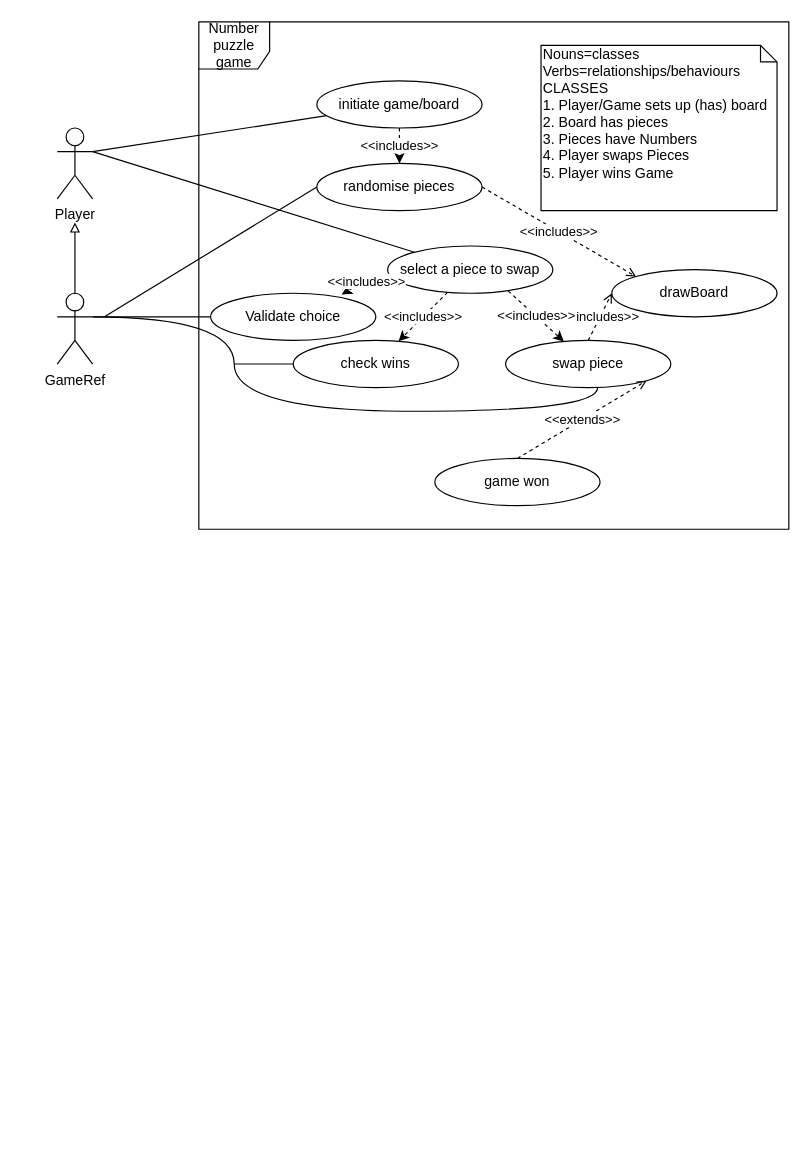
The draw.io diagram schema/puzzle usecase.drawio in deeperj/rust, before the edit. Source tidied: cells renumbered, new cells numbered last; positions are measured from the earlier drawing's top-left corner, leaving out a move shared by most shapes. Both pictures are drawn from the tidied source at 118%, with x=0, y=0 at pixel (57, 21).
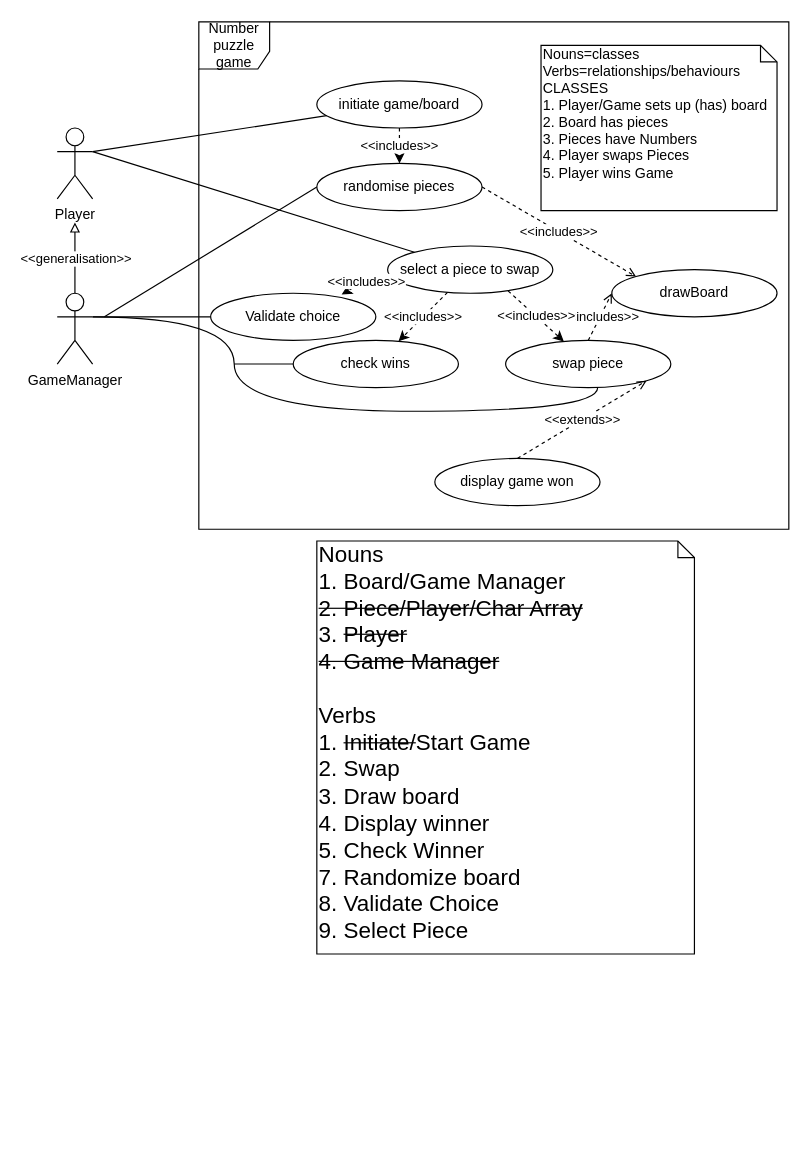
The same page after the edit.

Change to the diagram source:
```diff
@@
-    <mxCell id="19" style="edgeStyle=orthogonalEdgeStyle;rounded=0;jettySize=auto;html=1;exitX=0.5;exitY=0;exitDx=0;exitDy=0;exitPerimeter=0;endArrow=block;endFill=0;" parent="1" edge="1" source="22">
+    <mxCell id="19" value="&amp;lt;&amp;lt;generalisation&amp;gt;&amp;gt;" style="edgeStyle=orthogonalEdgeStyle;rounded=0;jettySize=auto;html=1;exitX=0.5;exitY=0;exitDx=0;exitDy=0;exitPerimeter=0;endArrow=block;endFill=0;" parent="1" edge="1" source="22">
       <mxGeometry relative="1" as="geometry">
         <mxPoint x="15" y="170" as="targetPoint" />
       </mxGeometry>
     </mxCell>
@@
-    <mxCell id="22" value="GameRef" style="shape=umlActor;verticalLabelPosition=bottom;verticalAlign=top;html=1;" parent="1" vertex="1">
+    <mxCell id="22" value="GameManager" style="shape=umlActor;verticalLabelPosition=bottom;verticalAlign=top;html=1;" parent="1" vertex="1">
       <mxGeometry y="230" width="30" height="60" as="geometry" />
     </mxCell>
@@
-    <mxCell id="26" value="game won" style="ellipse;whiteSpace=wrap;html=1;" parent="1" vertex="1">
+    <mxCell id="26" value="display game won" style="ellipse;whiteSpace=wrap;html=1;" parent="1" vertex="1">
       <mxGeometry x="320" y="370" width="140" height="40" as="geometry" />
     </mxCell>
@@
+    <mxCell id="28" value="Nouns&lt;br style=&quot;font-size: 19px&quot;&gt;1. Board/Game Manager&lt;br style=&quot;font-size: 19px&quot;&gt;&lt;strike&gt;2. Piece/Player/Char Array&lt;br&gt;&lt;/strike&gt;3. &lt;strike&gt;Player&lt;/strike&gt;&lt;br&gt;&lt;strike&gt;4. Game Manager&lt;br&gt;&lt;/strike&gt;&lt;br style=&quot;font-size: 19px&quot;&gt;Verbs&lt;br style=&quot;font-size: 19px&quot;&gt;1. &lt;strike&gt;Initiate/&lt;/strike&gt;Start Game&lt;br&gt;2. Swap&lt;br&gt;3. Draw board&lt;br&gt;4. Display winner&lt;br&gt;5. Check Winner&lt;br&gt;7. Randomize board&lt;br&gt;8. Validate Choice&lt;br&gt;9. Select Piece" style="shape=note;whiteSpace=wrap;html=1;size=14;verticalAlign=top;align=left;spacingTop=-6;fontSize=19;" parent="1" vertex="1">
+      <mxGeometry x="220" y="440" width="320" height="350" as="geometry" />
+    </mxCell>
+    <mxCell id="29" value="&lt;br&gt;" style="text;html=1;align=center;verticalAlign=middle;" parent="1" vertex="1">
+      <mxGeometry x="289" y="926" width="20" height="20" as="geometry" />
+    </mxCell>
```
